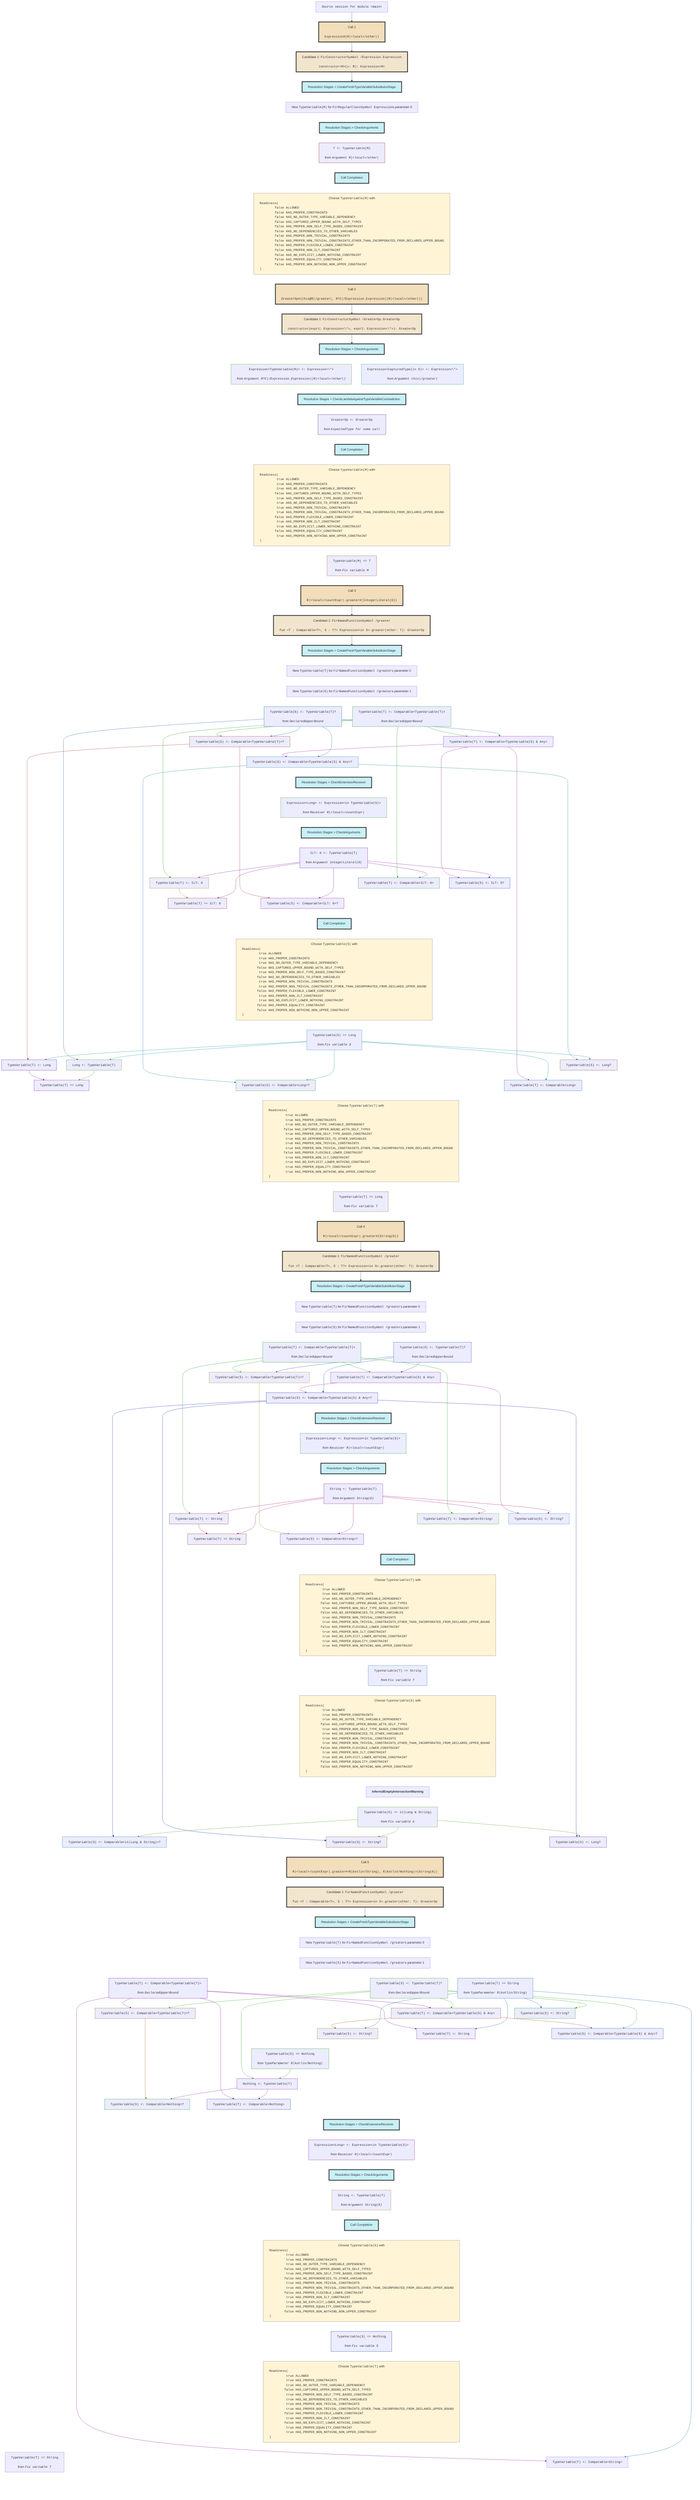
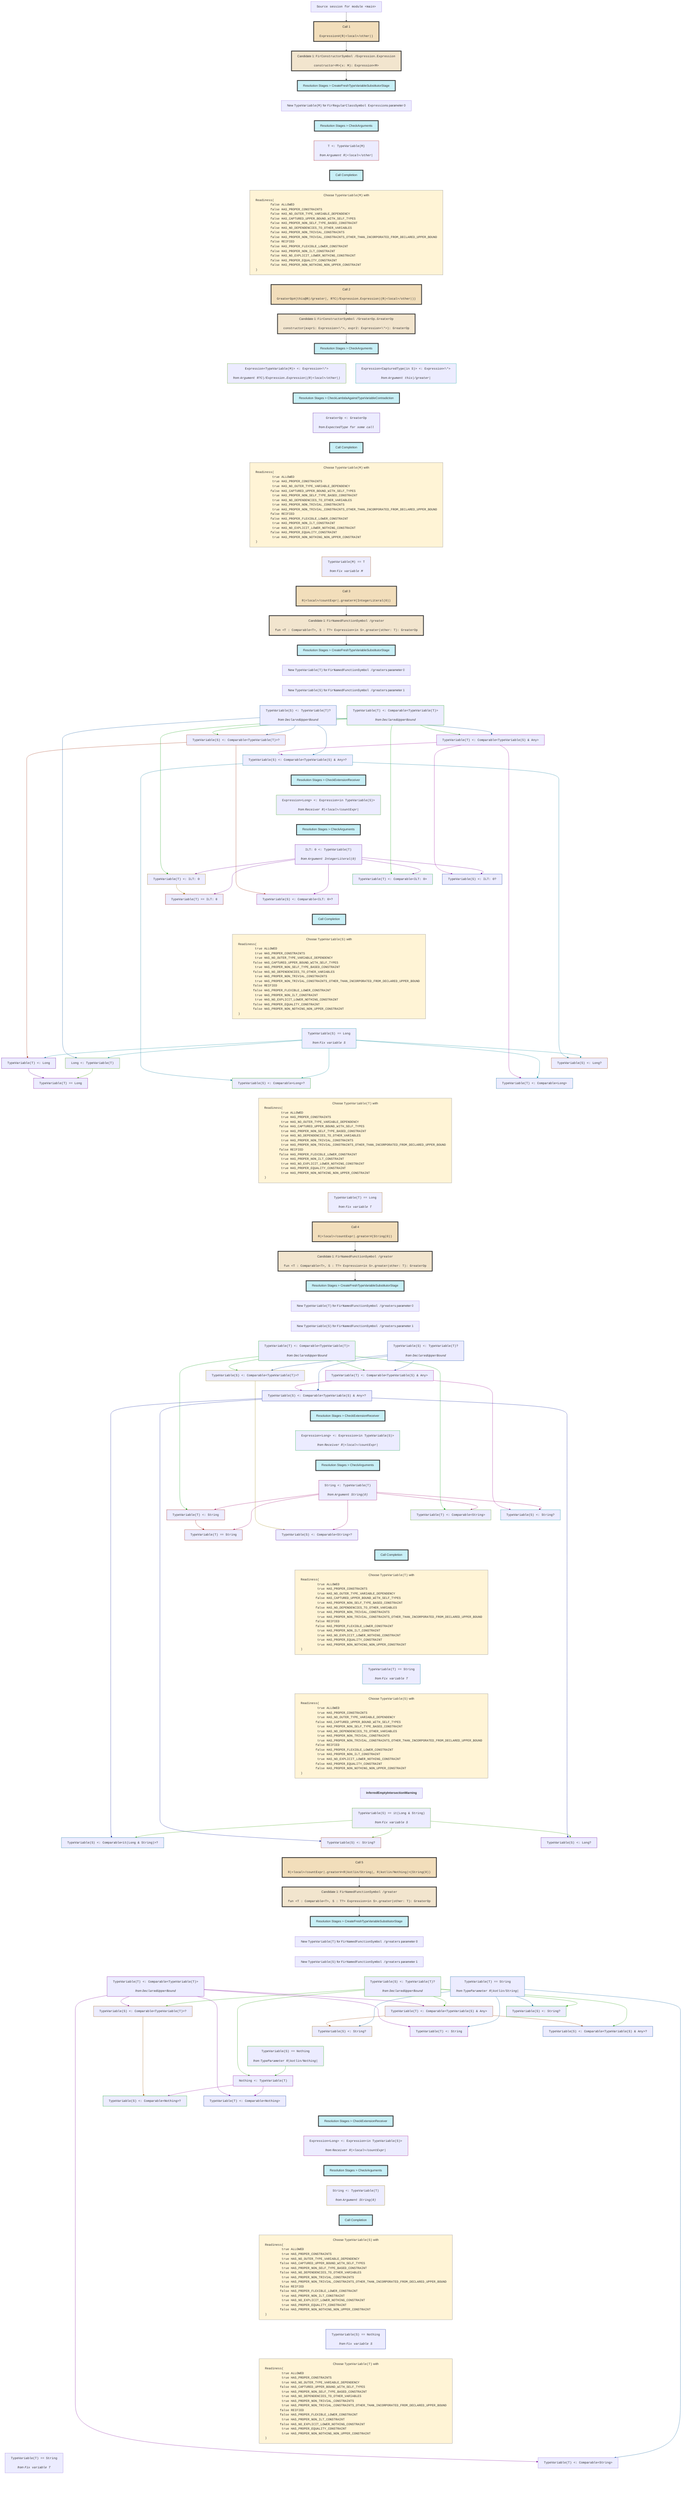
flowchart TD
    classDef nowrapClass text-align:center,white-space:nowrap;
    classDef callStyle fill:#f2debb,stroke:#333,stroke-width:4px;
    classDef candidateStyle fill:#f2e5ce,stroke:#333,stroke-width:4px;
    classDef stageStyle fill:#c8f0f7,stroke:#333,stroke-width:4px;
    classDef readinessStyle fill:#fff4d6,stroke:#777,stroke-width:1px;

    session0["<tt>Source session for module &lt;main></tt>"]
    class session0 nowrapClass;

    session0 --> call1

    call1["Call 1<br><br><pre style="display: inline-block;vertical-align: middle;text-align: left;margin: 0;"><tt>Expression#(R|&lt;local>/other|)</tt></pre>"]
    class call1 nowrapClass;
    class call1 callStyle;

    call1 --> candidate2

    candidate2["Candidate 1: <tt>FirConstructorSymbol /Expression.Expression</tt><br><br><pre style="display: inline-block;vertical-align: middle;text-align: left;margin: 0;"><tt>constructor&lt;M>(x: M): Expression&lt;M></tt></pre>"]
    class candidate2 nowrapClass;
    class candidate2 candidateStyle;

    candidate2 --> stage3

    stage3["Resolution Stages > CreateFreshTypeVariableSubstitutorStage"]
    class stage3 nowrapClass;
    class stage3 stageStyle;

    stage3 ~~~ newVariable4

    newVariable4["New <tt>TypeVariable(M)</tt> for <tt>FirRegularClassSymbol Expression</tt>s parameter 0"]
    class newVariable4 nowrapClass;

    newVariable4 ~~~ stage5

    stage5["Resolution Stages > CheckArguments"]
    class stage5 nowrapClass;
    class stage5 stageStyle;
    constraint6["<tt>T &lt;: TypeVariable(M)</tt><br><br><i><div style="display: inline-block;vertical-align: middle;">from</div> <pre style="display: inline-block;vertical-align: middle;text-align: left;margin: 0;"><tt>Argument R|&lt;local>/other|</tt></pre></i>"]
    class constraint6 nowrapClass;
    stage5 ~~~ constraint6

    constraint6 ~~~ stage7

    stage7["Call Completion"]
    class stage7 nowrapClass;
    class stage7 stageStyle;

    stage7 ~~~ variableReadiness8

    variableReadiness8["Choose <tt>TypeVariable(M)</tt> with <pre style="display: inline-block;vertical-align: middle;text-align: left;margin: 0;"><tt>Readiness(
	false ALLOWED
	false HAS_PROPER_CONSTRAINTS
	false HAS_NO_OUTER_TYPE_VARIABLE_DEPENDENCY
	false HAS_CAPTURED_UPPER_BOUND_WITH_SELF_TYPES
	false HAS_PROPER_NON_SELF_TYPE_BASED_CONSTRAINT
	false HAS_NO_DEPENDENCIES_TO_OTHER_VARIABLES
	false HAS_PROPER_NON_TRIVIAL_CONSTRAINTS
	false HAS_PROPER_NON_TRIVIAL_CONSTRAINTS_OTHER_THAN_INCORPORATED_FROM_DECLARED_UPPER_BOUND
+ 	false REIFIED
	false HAS_PROPER_FLEXIBLE_LOWER_CONSTRAINT
	false HAS_PROPER_NON_ILT_CONSTRAINT
	false HAS_NO_EXPLICIT_LOWER_NOTHING_CONSTRAINT
	false HAS_PROPER_EQUALITY_CONSTRAINT
	false HAS_PROPER_NON_NOTHING_NON_UPPER_CONSTRAINT
)</tt></pre>"]
    class variableReadiness8 nowrapClass;
    class variableReadiness8 readinessStyle;

    variableReadiness8 ~~~ call9

    call9["Call 2<br><br><pre style="display: inline-block;vertical-align: middle;text-align: left;margin: 0;"><tt>GreaterOp#(this@R|/greater|, R?C|/Expression.Expression|(R|&lt;local>/other|))</tt></pre>"]
    class call9 nowrapClass;
    class call9 callStyle;

    call9 --> candidate10

    candidate10["Candidate 1: <tt>FirConstructorSymbol /GreaterOp.GreaterOp</tt><br><br><pre style="display: inline-block;vertical-align: middle;text-align: left;margin: 0;"><tt>constructor(expr1: Expression&lt;\*>, expr2: Expression&lt;\*>): GreaterOp</tt></pre>"]
    class candidate10 nowrapClass;
    class candidate10 candidateStyle;

    candidate10 --> stage11

    stage11["Resolution Stages > CheckArguments"]
    class stage11 nowrapClass;
    class stage11 stageStyle;
    constraint12["<tt>Expression&lt;CapturedType(in S)> &lt;: Expression&lt;\*></tt><br><br><i><div style="display: inline-block;vertical-align: middle;">from</div> <pre style="display: inline-block;vertical-align: middle;text-align: left;margin: 0;"><tt>Argument this|/greater|</tt></pre></i>"]
    class constraint12 nowrapClass;
    stage11 ~~~ constraint12
    constraint13["<tt>Expression&lt;TypeVariable(M)> &lt;: Expression&lt;\*></tt><br><br><i><div style="display: inline-block;vertical-align: middle;">from</div> <pre style="display: inline-block;vertical-align: middle;text-align: left;margin: 0;"><tt>Argument R?C|/Expression.Expression|(R|&lt;local>/other|)</tt></pre></i>"]
    class constraint13 nowrapClass;
    stage11 ~~~ constraint13

    constraint12 ~~~ stage14
    constraint13 ~~~ stage14

    stage14["Resolution Stages > CheckLambdaAgainstTypeVariableContradiction"]
    class stage14 nowrapClass;
    class stage14 stageStyle;
    constraint15["<tt>GreaterOp &lt;: GreaterOp</tt><br><br><i><div style="display: inline-block;vertical-align: middle;">from</div> <pre style="display: inline-block;vertical-align: middle;text-align: left;margin: 0;"><tt>ExpectedType for some call</tt></pre></i>"]
    class constraint15 nowrapClass;
    stage14 ~~~ constraint15

    constraint15 ~~~ stage16

    stage16["Call Completion"]
    class stage16 nowrapClass;
    class stage16 stageStyle;

    stage16 ~~~ variableReadiness17

    variableReadiness17["Choose <tt>TypeVariable(M)</tt> with <pre style="display: inline-block;vertical-align: middle;text-align: left;margin: 0;"><tt>Readiness(
	 true ALLOWED
	 true HAS_PROPER_CONSTRAINTS
	 true HAS_NO_OUTER_TYPE_VARIABLE_DEPENDENCY
	false HAS_CAPTURED_UPPER_BOUND_WITH_SELF_TYPES
	 true HAS_PROPER_NON_SELF_TYPE_BASED_CONSTRAINT
	 true HAS_NO_DEPENDENCIES_TO_OTHER_VARIABLES
	 true HAS_PROPER_NON_TRIVIAL_CONSTRAINTS
	 true HAS_PROPER_NON_TRIVIAL_CONSTRAINTS_OTHER_THAN_INCORPORATED_FROM_DECLARED_UPPER_BOUND
+ 	false REIFIED
	false HAS_PROPER_FLEXIBLE_LOWER_CONSTRAINT
	 true HAS_PROPER_NON_ILT_CONSTRAINT
	 true HAS_NO_EXPLICIT_LOWER_NOTHING_CONSTRAINT
	false HAS_PROPER_EQUALITY_CONSTRAINT
	 true HAS_PROPER_NON_NOTHING_NON_UPPER_CONSTRAINT
)</tt></pre>"]
    class variableReadiness17 nowrapClass;
    class variableReadiness17 readinessStyle;
    constraint18["<tt>TypeVariable(M) == T</tt><br><br><i><div style="display: inline-block;vertical-align: middle;">from</div> <pre style="display: inline-block;vertical-align: middle;text-align: left;margin: 0;"><tt>Fix variable M</tt></pre></i>"]
    class constraint18 nowrapClass;
    variableReadiness17 ~~~ constraint18

    constraint18 ~~~ call19

    call19["Call 3<br><br><pre style="display: inline-block;vertical-align: middle;text-align: left;margin: 0;"><tt>R|&lt;local>/countExpr|.greater#(IntegerLiteral(0))</tt></pre>"]
    class call19 nowrapClass;
    class call19 callStyle;

    call19 --> candidate20

    candidate20["Candidate 1: <tt>FirNamedFunctionSymbol /greater</tt><br><br><pre style="display: inline-block;vertical-align: middle;text-align: left;margin: 0;"><tt>fun &lt;T : Comparable&lt;T>, S : T?> Expression&lt;in S>.greater(other: T): GreaterOp</tt></pre>"]
    class candidate20 nowrapClass;
    class candidate20 candidateStyle;

    candidate20 --> stage21

    stage21["Resolution Stages > CreateFreshTypeVariableSubstitutorStage"]
    class stage21 nowrapClass;
    class stage21 stageStyle;

    stage21 ~~~ newVariable22

    newVariable22["New <tt>TypeVariable(T)</tt> for <tt>FirNamedFunctionSymbol /greater</tt>s parameter 0"]
    class newVariable22 nowrapClass;

    newVariable22 ~~~ newVariable23

    newVariable23["New <tt>TypeVariable(S)</tt> for <tt>FirNamedFunctionSymbol /greater</tt>s parameter 1"]
    class newVariable23 nowrapClass;
    constraint24["<tt>TypeVariable(T) &lt;: Comparable&lt;TypeVariable(T)></tt><br><br><i><div style="display: inline-block;vertical-align: middle;">from</div> <pre style="display: inline-block;vertical-align: middle;text-align: left;margin: 0;"><tt>DeclaredUpperBound</tt></pre></i>"]
    class constraint24 nowrapClass;
    newVariable23 ~~~ constraint24
    constraint25["<tt>TypeVariable(S) &lt;: TypeVariable(T)?</tt><br><br><i><div style="display: inline-block;vertical-align: middle;">from</div> <pre style="display: inline-block;vertical-align: middle;text-align: left;margin: 0;"><tt>DeclaredUpperBound</tt></pre></i>"]
    class constraint25 nowrapClass;
    newVariable23 ~~~ constraint25
    constraint26["<tt>TypeVariable(S) &lt;: Comparable&lt;TypeVariable(T)>?</tt>"]
    class constraint26 nowrapClass;
    constraint25 --> constraint26
    constraint24 --> constraint26
    constraint27["<tt>TypeVariable(T) &lt;: Comparable&lt;TypeVariable(S) &amp; Any></tt>"]
    class constraint27 nowrapClass;
    constraint25 --> constraint27
    constraint24 --> constraint27
    constraint28["<tt>TypeVariable(S) &lt;: Comparable&lt;TypeVariable(S) &amp; Any>?</tt>"]
    class constraint28 nowrapClass;
    constraint25 ---> constraint28
    constraint27 --> constraint28

    constraint26 ~~~~ stage29
    constraint28 ~~~ stage29

    stage29["Resolution Stages > CheckExtensionReceiver"]
    class stage29 nowrapClass;
    class stage29 stageStyle;
    constraint30["<tt>Expression&lt;Long> &lt;: Expression&lt;in TypeVariable(S)></tt><br><br><i><div style="display: inline-block;vertical-align: middle;">from</div> <pre style="display: inline-block;vertical-align: middle;text-align: left;margin: 0;"><tt>Receiver R|&lt;local>/countExpr|</tt></pre></i>"]
    class constraint30 nowrapClass;
    stage29 ~~~ constraint30

    constraint30 ~~~ stage31

    stage31["Resolution Stages > CheckArguments"]
    class stage31 nowrapClass;
    class stage31 stageStyle;
    constraint32["<tt>ILT: 0 &lt;: TypeVariable(T)</tt><br><br><i><div style="display: inline-block;vertical-align: middle;">from</div> <pre style="display: inline-block;vertical-align: middle;text-align: left;margin: 0;"><tt>Argument IntegerLiteral(0)</tt></pre></i>"]
    class constraint32 nowrapClass;
    stage31 ~~~ constraint32
    constraint33["<tt>TypeVariable(T) &lt;: ILT: 0</tt>"]
    class constraint33 nowrapClass;
    constraint32 --> constraint33
    constraint24 --> constraint33
    constraint34["<tt>TypeVariable(S) &lt;: ILT: 0?</tt>"]
    class constraint34 nowrapClass;
    constraint32 --> constraint34
    constraint27 --> constraint34
    constraint35["<tt>TypeVariable(T) &lt;: Comparable&lt;ILT: 0></tt>"]
    class constraint35 nowrapClass;
    constraint32 --> constraint35
    constraint24 --> constraint35
    constraint36["<tt>TypeVariable(S) &lt;: Comparable&lt;ILT: 0>?</tt>"]
    class constraint36 nowrapClass;
    constraint32 ---> constraint36
    constraint26 --> constraint36
    constraint37["<tt>TypeVariable(T) == ILT: 0</tt>"]
    class constraint37 nowrapClass;
    constraint32 ---> constraint37
    constraint33 --> constraint37

    constraint34 ~~~~ stage38
    constraint35 ~~~~ stage38
    constraint36 ~~~ stage38
    constraint37 ~~~ stage38

    stage38["Call Completion"]
    class stage38 nowrapClass;
    class stage38 stageStyle;

    stage38 ~~~ variableReadiness39

    variableReadiness39["Choose <tt>TypeVariable(S)</tt> with <pre style="display: inline-block;vertical-align: middle;text-align: left;margin: 0;"><tt>Readiness(
	 true ALLOWED
	 true HAS_PROPER_CONSTRAINTS
	 true HAS_NO_OUTER_TYPE_VARIABLE_DEPENDENCY
	false HAS_CAPTURED_UPPER_BOUND_WITH_SELF_TYPES
	 true HAS_PROPER_NON_SELF_TYPE_BASED_CONSTRAINT
	false HAS_NO_DEPENDENCIES_TO_OTHER_VARIABLES
	 true HAS_PROPER_NON_TRIVIAL_CONSTRAINTS
	 true HAS_PROPER_NON_TRIVIAL_CONSTRAINTS_OTHER_THAN_INCORPORATED_FROM_DECLARED_UPPER_BOUND
+ 	false REIFIED
	false HAS_PROPER_FLEXIBLE_LOWER_CONSTRAINT
	 true HAS_PROPER_NON_ILT_CONSTRAINT
	 true HAS_NO_EXPLICIT_LOWER_NOTHING_CONSTRAINT
	false HAS_PROPER_EQUALITY_CONSTRAINT
	false HAS_PROPER_NON_NOTHING_NON_UPPER_CONSTRAINT
)</tt></pre>"]
    class variableReadiness39 nowrapClass;
    class variableReadiness39 readinessStyle;
    constraint41["<tt>TypeVariable(S) == Long</tt><br><br><i><div style="display: inline-block;vertical-align: middle;">from</div> <pre style="display: inline-block;vertical-align: middle;text-align: left;margin: 0;"><tt>Fix variable S</tt></pre></i>"]
    class constraint41 nowrapClass;
    variableReadiness39 ~~~ constraint41
    constraint42["<tt>Long &lt;: TypeVariable(T)</tt>"]
    class constraint42 nowrapClass;
    constraint41 --> constraint42
    constraint25 --> constraint42
    constraint43["<tt>TypeVariable(T) &lt;: Long</tt>"]
    class constraint43 nowrapClass;
    constraint41 --> constraint43
    constraint26 --> constraint43
    constraint44["<tt>TypeVariable(S) &lt;: Long?</tt>"]
    class constraint44 nowrapClass;
    constraint41 --> constraint44
    constraint28 --> constraint44
    constraint45["<tt>TypeVariable(T) &lt;: Comparable&lt;Long></tt>"]
    class constraint45 nowrapClass;
    constraint41 ---> constraint45
    constraint27 --> constraint45
    constraint46["<tt>TypeVariable(S) &lt;: Comparable&lt;Long>?</tt>"]
    class constraint46 nowrapClass;
    constraint41 ---> constraint46
    constraint28 --> constraint46
    constraint47["<tt>TypeVariable(T) == Long</tt>"]
    class constraint47 nowrapClass;
    constraint42 --> constraint47
    constraint43 --> constraint47

    constraint44 ~~~~ variableReadiness40
    constraint45 ~~~ variableReadiness40
    constraint46 ~~~ variableReadiness40
    constraint47 ~~~ variableReadiness40

    variableReadiness40["Choose <tt>TypeVariable(T)</tt> with <pre style="display: inline-block;vertical-align: middle;text-align: left;margin: 0;"><tt>Readiness(
	 true ALLOWED
	 true HAS_PROPER_CONSTRAINTS
	 true HAS_NO_OUTER_TYPE_VARIABLE_DEPENDENCY
	false HAS_CAPTURED_UPPER_BOUND_WITH_SELF_TYPES
	 true HAS_PROPER_NON_SELF_TYPE_BASED_CONSTRAINT
	 true HAS_NO_DEPENDENCIES_TO_OTHER_VARIABLES
	 true HAS_PROPER_NON_TRIVIAL_CONSTRAINTS
	 true HAS_PROPER_NON_TRIVIAL_CONSTRAINTS_OTHER_THAN_INCORPORATED_FROM_DECLARED_UPPER_BOUND
+ 	false REIFIED
	false HAS_PROPER_FLEXIBLE_LOWER_CONSTRAINT
	 true HAS_PROPER_NON_ILT_CONSTRAINT
	 true HAS_NO_EXPLICIT_LOWER_NOTHING_CONSTRAINT
	 true HAS_PROPER_EQUALITY_CONSTRAINT
	 true HAS_PROPER_NON_NOTHING_NON_UPPER_CONSTRAINT
)</tt></pre>"]
    class variableReadiness40 nowrapClass;
    class variableReadiness40 readinessStyle;
    constraint48["<tt>TypeVariable(T) == Long</tt><br><br><i><div style="display: inline-block;vertical-align: middle;">from</div> <pre style="display: inline-block;vertical-align: middle;text-align: left;margin: 0;"><tt>Fix variable T</tt></pre></i>"]
    class constraint48 nowrapClass;
    variableReadiness40 ~~~ constraint48

    constraint48 ~~~ call49

    call49["Call 4<br><br><pre style="display: inline-block;vertical-align: middle;text-align: left;margin: 0;"><tt>R|&lt;local>/countExpr|.greater#(String(0))</tt></pre>"]
    class call49 nowrapClass;
    class call49 callStyle;

    call49 --> candidate50

    candidate50["Candidate 1: <tt>FirNamedFunctionSymbol /greater</tt><br><br><pre style="display: inline-block;vertical-align: middle;text-align: left;margin: 0;"><tt>fun &lt;T : Comparable&lt;T>, S : T?> Expression&lt;in S>.greater(other: T): GreaterOp</tt></pre>"]
    class candidate50 nowrapClass;
    class candidate50 candidateStyle;

    candidate50 --> stage51

    stage51["Resolution Stages > CreateFreshTypeVariableSubstitutorStage"]
    class stage51 nowrapClass;
    class stage51 stageStyle;

    stage51 ~~~ newVariable52

    newVariable52["New <tt>TypeVariable(T)</tt> for <tt>FirNamedFunctionSymbol /greater</tt>s parameter 0"]
    class newVariable52 nowrapClass;

    newVariable52 ~~~ newVariable53

    newVariable53["New <tt>TypeVariable(S)</tt> for <tt>FirNamedFunctionSymbol /greater</tt>s parameter 1"]
    class newVariable53 nowrapClass;
    constraint54["<tt>TypeVariable(T) &lt;: Comparable&lt;TypeVariable(T)></tt><br><br><i><div style="display: inline-block;vertical-align: middle;">from</div> <pre style="display: inline-block;vertical-align: middle;text-align: left;margin: 0;"><tt>DeclaredUpperBound</tt></pre></i>"]
    class constraint54 nowrapClass;
    newVariable53 ~~~ constraint54
    constraint55["<tt>TypeVariable(S) &lt;: TypeVariable(T)?</tt><br><br><i><div style="display: inline-block;vertical-align: middle;">from</div> <pre style="display: inline-block;vertical-align: middle;text-align: left;margin: 0;"><tt>DeclaredUpperBound</tt></pre></i>"]
    class constraint55 nowrapClass;
    newVariable53 ~~~ constraint55
    constraint56["<tt>TypeVariable(S) &lt;: Comparable&lt;TypeVariable(T)>?</tt>"]
    class constraint56 nowrapClass;
    constraint55 --> constraint56
    constraint54 --> constraint56
    constraint57["<tt>TypeVariable(T) &lt;: Comparable&lt;TypeVariable(S) &amp; Any></tt>"]
    class constraint57 nowrapClass;
    constraint55 --> constraint57
    constraint54 --> constraint57
    constraint58["<tt>TypeVariable(S) &lt;: Comparable&lt;TypeVariable(S) &amp; Any>?</tt>"]
    class constraint58 nowrapClass;
    constraint55 ---> constraint58
    constraint57 --> constraint58

    constraint56 ~~~~ stage59
    constraint58 ~~~ stage59

    stage59["Resolution Stages > CheckExtensionReceiver"]
    class stage59 nowrapClass;
    class stage59 stageStyle;
    constraint60["<tt>Expression&lt;Long> &lt;: Expression&lt;in TypeVariable(S)></tt><br><br><i><div style="display: inline-block;vertical-align: middle;">from</div> <pre style="display: inline-block;vertical-align: middle;text-align: left;margin: 0;"><tt>Receiver R|&lt;local>/countExpr|</tt></pre></i>"]
    class constraint60 nowrapClass;
    stage59 ~~~ constraint60

    constraint60 ~~~ stage61

    stage61["Resolution Stages > CheckArguments"]
    class stage61 nowrapClass;
    class stage61 stageStyle;
    constraint62["<tt>String &lt;: TypeVariable(T)</tt><br><br><i><div style="display: inline-block;vertical-align: middle;">from</div> <pre style="display: inline-block;vertical-align: middle;text-align: left;margin: 0;"><tt>Argument String(0)</tt></pre></i>"]
    class constraint62 nowrapClass;
    stage61 ~~~ constraint62
    constraint63["<tt>TypeVariable(T) &lt;: String</tt>"]
    class constraint63 nowrapClass;
    constraint62 --> constraint63
    constraint54 --> constraint63
    constraint64["<tt>TypeVariable(S) &lt;: String?</tt>"]
    class constraint64 nowrapClass;
    constraint62 --> constraint64
    constraint57 --> constraint64
    constraint65["<tt>TypeVariable(T) &lt;: Comparable&lt;String></tt>"]
    class constraint65 nowrapClass;
    constraint62 --> constraint65
    constraint54 --> constraint65
    constraint66["<tt>TypeVariable(S) &lt;: Comparable&lt;String>?</tt>"]
    class constraint66 nowrapClass;
    constraint62 ---> constraint66
    constraint56 --> constraint66
    constraint67["<tt>TypeVariable(T) == String</tt>"]
    class constraint67 nowrapClass;
    constraint62 ---> constraint67
    constraint63 --> constraint67

    constraint64 ~~~~ stage68
    constraint65 ~~~~ stage68
    constraint66 ~~~ stage68
    constraint67 ~~~ stage68

    stage68["Call Completion"]
    class stage68 nowrapClass;
    class stage68 stageStyle;

    stage68 ~~~ variableReadiness69

    variableReadiness69["Choose <tt>TypeVariable(T)</tt> with <pre style="display: inline-block;vertical-align: middle;text-align: left;margin: 0;"><tt>Readiness(
	 true ALLOWED
	 true HAS_PROPER_CONSTRAINTS
	 true HAS_NO_OUTER_TYPE_VARIABLE_DEPENDENCY
	false HAS_CAPTURED_UPPER_BOUND_WITH_SELF_TYPES
	 true HAS_PROPER_NON_SELF_TYPE_BASED_CONSTRAINT
	false HAS_NO_DEPENDENCIES_TO_OTHER_VARIABLES
	 true HAS_PROPER_NON_TRIVIAL_CONSTRAINTS
	 true HAS_PROPER_NON_TRIVIAL_CONSTRAINTS_OTHER_THAN_INCORPORATED_FROM_DECLARED_UPPER_BOUND
+ 	false REIFIED
	false HAS_PROPER_FLEXIBLE_LOWER_CONSTRAINT
	 true HAS_PROPER_NON_ILT_CONSTRAINT
	 true HAS_NO_EXPLICIT_LOWER_NOTHING_CONSTRAINT
	 true HAS_PROPER_EQUALITY_CONSTRAINT
	 true HAS_PROPER_NON_NOTHING_NON_UPPER_CONSTRAINT
)</tt></pre>"]
    class variableReadiness69 nowrapClass;
    class variableReadiness69 readinessStyle;
    constraint72["<tt>TypeVariable(T) == String</tt><br><br><i><div style="display: inline-block;vertical-align: middle;">from</div> <pre style="display: inline-block;vertical-align: middle;text-align: left;margin: 0;"><tt>Fix variable T</tt></pre></i>"]
    class constraint72 nowrapClass;
    variableReadiness69 ~~~ constraint72

    constraint72 ~~~ variableReadiness70

    variableReadiness70["Choose <tt>TypeVariable(S)</tt> with <pre style="display: inline-block;vertical-align: middle;text-align: left;margin: 0;"><tt>Readiness(
	 true ALLOWED
	 true HAS_PROPER_CONSTRAINTS
	 true HAS_NO_OUTER_TYPE_VARIABLE_DEPENDENCY
	false HAS_CAPTURED_UPPER_BOUND_WITH_SELF_TYPES
	 true HAS_PROPER_NON_SELF_TYPE_BASED_CONSTRAINT
	 true HAS_NO_DEPENDENCIES_TO_OTHER_VARIABLES
	 true HAS_PROPER_NON_TRIVIAL_CONSTRAINTS
	 true HAS_PROPER_NON_TRIVIAL_CONSTRAINTS_OTHER_THAN_INCORPORATED_FROM_DECLARED_UPPER_BOUND
+ 	false REIFIED
	false HAS_PROPER_FLEXIBLE_LOWER_CONSTRAINT
	 true HAS_PROPER_NON_ILT_CONSTRAINT
	 true HAS_NO_EXPLICIT_LOWER_NOTHING_CONSTRAINT
	false HAS_PROPER_EQUALITY_CONSTRAINT
	false HAS_PROPER_NON_NOTHING_NON_UPPER_CONSTRAINT
)</tt></pre>"]
    class variableReadiness70 nowrapClass;
    class variableReadiness70 readinessStyle;

    variableReadiness70 ~~~ error71

    error71["<b>InferredEmptyIntersectionWarning<b>"]
    class error71 nowrapClass;
    constraint73["<tt>TypeVariable(S) == it(Long &amp; String)</tt><br><br><i><div style="display: inline-block;vertical-align: middle;">from</div> <pre style="display: inline-block;vertical-align: middle;text-align: left;margin: 0;"><tt>Fix variable S</tt></pre></i>"]
    class constraint73 nowrapClass;
    error71 ~~~ constraint73
    constraint74["<tt>TypeVariable(S) &lt;: Long?</tt>"]
    class constraint74 nowrapClass;
    constraint73 --> constraint74
    constraint58 --> constraint74
    constraint75["<tt>TypeVariable(S) &lt;: String?</tt>"]
    class constraint75 nowrapClass;
    constraint73 --> constraint75
    constraint58 --> constraint75
    constraint76["<tt>TypeVariable(S) &lt;: Comparable&lt;it(Long &amp; String)>?</tt>"]
    class constraint76 nowrapClass;
    constraint73 --> constraint76
    constraint58 --> constraint76

    constraint74 ~~~ call77
    constraint75 ~~~ call77
    constraint76 ~~~ call77

    call77["Call 5<br><br><pre style="display: inline-block;vertical-align: middle;text-align: left;margin: 0;"><tt>R|&lt;local>/countExpr|.greater#&lt;R|kotlin/String|, R|kotlin/Nothing|>(String(0))</tt></pre>"]
    class call77 nowrapClass;
    class call77 callStyle;

    call77 --> candidate78

    candidate78["Candidate 1: <tt>FirNamedFunctionSymbol /greater</tt><br><br><pre style="display: inline-block;vertical-align: middle;text-align: left;margin: 0;"><tt>fun &lt;T : Comparable&lt;T>, S : T?> Expression&lt;in S>.greater(other: T): GreaterOp</tt></pre>"]
    class candidate78 nowrapClass;
    class candidate78 candidateStyle;

    candidate78 --> stage79

    stage79["Resolution Stages > CreateFreshTypeVariableSubstitutorStage"]
    class stage79 nowrapClass;
    class stage79 stageStyle;

    stage79 ~~~ newVariable80

    newVariable80["New <tt>TypeVariable(T)</tt> for <tt>FirNamedFunctionSymbol /greater</tt>s parameter 0"]
    class newVariable80 nowrapClass;

    newVariable80 ~~~ newVariable81

    newVariable81["New <tt>TypeVariable(S)</tt> for <tt>FirNamedFunctionSymbol /greater</tt>s parameter 1"]
    class newVariable81 nowrapClass;
    constraint82["<tt>TypeVariable(T) &lt;: Comparable&lt;TypeVariable(T)></tt><br><br><i><div style="display: inline-block;vertical-align: middle;">from</div> <pre style="display: inline-block;vertical-align: middle;text-align: left;margin: 0;"><tt>DeclaredUpperBound</tt></pre></i>"]
    class constraint82 nowrapClass;
    newVariable81 ~~~ constraint82
    constraint83["<tt>TypeVariable(S) &lt;: TypeVariable(T)?</tt><br><br><i><div style="display: inline-block;vertical-align: middle;">from</div> <pre style="display: inline-block;vertical-align: middle;text-align: left;margin: 0;"><tt>DeclaredUpperBound</tt></pre></i>"]
    class constraint83 nowrapClass;
    newVariable81 ~~~ constraint83
    constraint84["<tt>TypeVariable(S) &lt;: Comparable&lt;TypeVariable(T)>?</tt>"]
    class constraint84 nowrapClass;
    constraint83 --> constraint84
    constraint82 --> constraint84
    constraint85["<tt>TypeVariable(T) &lt;: Comparable&lt;TypeVariable(S) &amp; Any></tt>"]
    class constraint85 nowrapClass;
    constraint83 --> constraint85
    constraint82 --> constraint85
    constraint86["<tt>TypeVariable(S) &lt;: Comparable&lt;TypeVariable(S) &amp; Any>?</tt>"]
    class constraint86 nowrapClass;
    constraint83 ---> constraint86
    constraint85 --> constraint86
    constraint87["<tt>TypeVariable(T) == String</tt><br><br><i><div style="display: inline-block;vertical-align: middle;">from</div> <pre style="display: inline-block;vertical-align: middle;text-align: left;margin: 0;"><tt>TypeParameter R|kotlin/String|</tt></pre></i>"]
    class constraint87 nowrapClass;
    newVariable81 ~~~ constraint87
    constraint88["<tt>TypeVariable(S) &lt;: String?</tt>"]
    class constraint88 nowrapClass;
    constraint83 --> constraint88
    constraint87 --> constraint88
    constraint89["<tt>TypeVariable(T) &lt;: String</tt>"]
    class constraint89 nowrapClass;
    constraint87 ---> constraint89
    constraint82 ---> constraint89
    constraint90["<tt>TypeVariable(S) &lt;: String?</tt>"]
    class constraint90 nowrapClass;
    constraint87 ---> constraint90
    constraint85 --> constraint90
    constraint91["<tt>TypeVariable(S) == Nothing</tt><br><br><i><div style="display: inline-block;vertical-align: middle;">from</div> <pre style="display: inline-block;vertical-align: middle;text-align: left;margin: 0;"><tt>TypeParameter R|kotlin/Nothing|</tt></pre></i>"]
    class constraint91 nowrapClass;
    newVariable81 ~~~~~~ constraint91
    constraint92["<tt>Nothing &lt;: TypeVariable(T)</tt>"]
    class constraint92 nowrapClass;
    constraint91 --> constraint92
    constraint83 -----> constraint92
    constraint93["<tt>TypeVariable(T) &lt;: Comparable&lt;Nothing></tt>"]
    class constraint93 nowrapClass;
    constraint92 --> constraint93
    constraint82 ------> constraint93
    constraint94["<tt>TypeVariable(S) &lt;: Comparable&lt;Nothing>?</tt>"]
    class constraint94 nowrapClass;
    constraint92 --> constraint94
    constraint84 -----> constraint94

    constraint86 ~~~~~~ stage95
    constraint88 ~~~~~~~ stage95
    constraint89 ~~~~~~ stage95
    constraint90 ~~~~~~ stage95
    constraint93 ~~~ stage95
    constraint94 ~~~ stage95

    stage95["Resolution Stages > CheckExtensionReceiver"]
    class stage95 nowrapClass;
    class stage95 stageStyle;
    constraint96["<tt>Expression&lt;Long> &lt;: Expression&lt;in TypeVariable(S)></tt><br><br><i><div style="display: inline-block;vertical-align: middle;">from</div> <pre style="display: inline-block;vertical-align: middle;text-align: left;margin: 0;"><tt>Receiver R|&lt;local>/countExpr|</tt></pre></i>"]
    class constraint96 nowrapClass;
    stage95 ~~~ constraint96

    constraint96 ~~~ stage97

    stage97["Resolution Stages > CheckArguments"]
    class stage97 nowrapClass;
    class stage97 stageStyle;
    constraint98["<tt>String &lt;: TypeVariable(T)</tt><br><br><i><div style="display: inline-block;vertical-align: middle;">from</div> <pre style="display: inline-block;vertical-align: middle;text-align: left;margin: 0;"><tt>Argument String(0)</tt></pre></i>"]
    class constraint98 nowrapClass;
    stage97 ~~~ constraint98

    constraint98 ~~~ stage99

    stage99["Call Completion"]
    class stage99 nowrapClass;
    class stage99 stageStyle;

    stage99 ~~~ variableReadiness100

    variableReadiness100["Choose <tt>TypeVariable(S)</tt> with <pre style="display: inline-block;vertical-align: middle;text-align: left;margin: 0;"><tt>Readiness(
	 true ALLOWED
	 true HAS_PROPER_CONSTRAINTS
	 true HAS_NO_OUTER_TYPE_VARIABLE_DEPENDENCY
	false HAS_CAPTURED_UPPER_BOUND_WITH_SELF_TYPES
	 true HAS_PROPER_NON_SELF_TYPE_BASED_CONSTRAINT
	false HAS_NO_DEPENDENCIES_TO_OTHER_VARIABLES
	 true HAS_PROPER_NON_TRIVIAL_CONSTRAINTS
	 true HAS_PROPER_NON_TRIVIAL_CONSTRAINTS_OTHER_THAN_INCORPORATED_FROM_DECLARED_UPPER_BOUND
+ 	false REIFIED
	false HAS_PROPER_FLEXIBLE_LOWER_CONSTRAINT
	 true HAS_PROPER_NON_ILT_CONSTRAINT
	 true HAS_NO_EXPLICIT_LOWER_NOTHING_CONSTRAINT
	 true HAS_PROPER_EQUALITY_CONSTRAINT
	false HAS_PROPER_NON_NOTHING_NON_UPPER_CONSTRAINT
)</tt></pre>"]
    class variableReadiness100 nowrapClass;
    class variableReadiness100 readinessStyle;
    constraint102["<tt>TypeVariable(S) == Nothing</tt><br><br><i><div style="display: inline-block;vertical-align: middle;">from</div> <pre style="display: inline-block;vertical-align: middle;text-align: left;margin: 0;"><tt>Fix variable S</tt></pre></i>"]
    class constraint102 nowrapClass;
    variableReadiness100 ~~~ constraint102

    constraint102 ~~~ variableReadiness101

    variableReadiness101["Choose <tt>TypeVariable(T)</tt> with <pre style="display: inline-block;vertical-align: middle;text-align: left;margin: 0;"><tt>Readiness(
	 true ALLOWED
	 true HAS_PROPER_CONSTRAINTS
	 true HAS_NO_OUTER_TYPE_VARIABLE_DEPENDENCY
	false HAS_CAPTURED_UPPER_BOUND_WITH_SELF_TYPES
	 true HAS_PROPER_NON_SELF_TYPE_BASED_CONSTRAINT
	 true HAS_NO_DEPENDENCIES_TO_OTHER_VARIABLES
	 true HAS_PROPER_NON_TRIVIAL_CONSTRAINTS
	 true HAS_PROPER_NON_TRIVIAL_CONSTRAINTS_OTHER_THAN_INCORPORATED_FROM_DECLARED_UPPER_BOUND
+ 	false REIFIED
	false HAS_PROPER_FLEXIBLE_LOWER_CONSTRAINT
	 true HAS_PROPER_NON_ILT_CONSTRAINT
	false HAS_NO_EXPLICIT_LOWER_NOTHING_CONSTRAINT
	 true HAS_PROPER_EQUALITY_CONSTRAINT
	 true HAS_PROPER_NON_NOTHING_NON_UPPER_CONSTRAINT
)</tt></pre>"]
    class variableReadiness101 nowrapClass;
    class variableReadiness101 readinessStyle;
    constraint103["<tt>TypeVariable(T) == String</tt><br><br><i><div style="display: inline-block;vertical-align: middle;">from</div> <pre style="display: inline-block;vertical-align: middle;text-align: left;margin: 0;"><tt>Fix variable T</tt></pre></i>"]
    class constraint103 nowrapClass;
    variableReadiness101 ~~~ constraint103
    constraint104["<tt>TypeVariable(T) &lt;: Comparable&lt;String></tt>"]
    class constraint104 nowrapClass;
    variableReadiness101 ~~~ constraint104
    constraint87 --> constraint104
    constraint82 --> constraint104

    linkStyle 6 stroke:#990000
    linkStyle 13 stroke:#009999
    linkStyle 14 stroke:#4c9900
    linkStyle 16 stroke:#4c0099
    linkStyle 19 stroke:#994900
    linkStyle 26 stroke:#004f99
    linkStyle 27 stroke:#039900
    linkStyle 28 stroke:#004f99
    linkStyle 29 stroke:#039900
    linkStyle 30 stroke:#004f99
    linkStyle 31 stroke:#950099
    linkStyle 32 stroke:#992400
    linkStyle 33 stroke:#007499
    linkStyle 35 stroke:#279900
    linkStyle 37 stroke:#710099
    linkStyle 38 stroke:#039900
    linkStyle 39 stroke:#710099
    linkStyle 40 stroke:#950099
    linkStyle 41 stroke:#710099
    linkStyle 42 stroke:#039900
    linkStyle 43 stroke:#710099
    linkStyle 44 stroke:#992400
    linkStyle 45 stroke:#710099
    linkStyle 46 stroke:#996d00
    linkStyle 47 stroke:#002b99
    linkStyle 48 stroke:#009921
    linkStyle 49 stroke:#990077
    linkStyle 50 stroke:#991200
    linkStyle 53 stroke:#008699
    linkStyle 54 stroke:#004f99
    linkStyle 55 stroke:#008699
    linkStyle 56 stroke:#992400
    linkStyle 57 stroke:#008699
    linkStyle 58 stroke:#007499
    linkStyle 59 stroke:#008699
    linkStyle 60 stroke:#950099
    linkStyle 61 stroke:#008699
    linkStyle 62 stroke:#007499
    linkStyle 63 stroke:#3a9900
    linkStyle 64 stroke:#5e0099
    linkStyle 65 stroke:#993600
    linkStyle 66 stroke:#006299
    linkStyle 67 stroke:#159900
    linkStyle 68 stroke:#830099
    linkStyle 70 stroke:#995b00
    linkStyle 77 stroke:#003d99
    linkStyle 78 stroke:#00990e
    linkStyle 79 stroke:#003d99
    linkStyle 80 stroke:#00990e
    linkStyle 81 stroke:#003d99
    linkStyle 82 stroke:#99008a
    linkStyle 83 stroke:#997f00
    linkStyle 84 stroke:#001999
    linkStyle 86 stroke:#009933
    linkStyle 88 stroke:#990065
    linkStyle 89 stroke:#00990e
    linkStyle 90 stroke:#990065
    linkStyle 91 stroke:#99008a
    linkStyle 92 stroke:#990065
    linkStyle 93 stroke:#00990e
    linkStyle 94 stroke:#990065
    linkStyle 95 stroke:#997f00
    linkStyle 96 stroke:#990065
    linkStyle 97 stroke:#990900
    linkStyle 98 stroke:#008f99
    linkStyle 99 stroke:#439900
    linkStyle 100 stroke:#550099
    linkStyle 101 stroke:#991b00
    linkStyle 104 stroke:#007d99
    linkStyle 107 stroke:#319900
    linkStyle 108 stroke:#001999
    linkStyle 109 stroke:#319900
    linkStyle 110 stroke:#001999
    linkStyle 111 stroke:#319900
    linkStyle 112 stroke:#001999
    linkStyle 113 stroke:#670099
    linkStyle 114 stroke:#992d00
    linkStyle 115 stroke:#006b99
    linkStyle 122 stroke:#1e9900
    linkStyle 123 stroke:#7a0099
    linkStyle 124 stroke:#1e9900
    linkStyle 125 stroke:#7a0099
    linkStyle 126 stroke:#1e9900
    linkStyle 127 stroke:#993f00
    linkStyle 129 stroke:#1e9900
    linkStyle 130 stroke:#005999
    linkStyle 131 stroke:#005999
    linkStyle 132 stroke:#7a0099
    linkStyle 133 stroke:#005999
    linkStyle 134 stroke:#993f00
    linkStyle 136 stroke:#0c9900
    linkStyle 137 stroke:#1e9900
    linkStyle 138 stroke:#8c0099
    linkStyle 139 stroke:#7a0099
    linkStyle 140 stroke:#8c0099
    linkStyle 141 stroke:#995200
    linkStyle 142 stroke:#004699
    linkStyle 143 stroke:#009905
    linkStyle 144 stroke:#990093
    linkStyle 145 stroke:#996400
    linkStyle 146 stroke:#003499
    linkStyle 147 stroke:#009917
    linkStyle 149 stroke:#990081
    linkStyle 151 stroke:#997600
    linkStyle 154 stroke:#002299
    linkStyle 157 stroke:#005999
    linkStyle 158 stroke:#7a0099
    style constraint6 stroke:#990000;
    style constraint12 stroke:#009999;
    style constraint13 stroke:#4c9900;
    style constraint15 stroke:#4c0099;
    style constraint18 stroke:#994900;
    style constraint25 stroke:#004f99;
    style constraint24 stroke:#039900;
    style constraint27 stroke:#950099;
    style constraint26 stroke:#992400;
    style constraint28 stroke:#007499;
    style constraint30 stroke:#279900;
    style constraint32 stroke:#710099;
    style constraint33 stroke:#996d00;
    style constraint34 stroke:#002b99;
    style constraint35 stroke:#009921;
    style constraint36 stroke:#990077;
    style constraint37 stroke:#991200;
    style constraint41 stroke:#008699;
    style constraint42 stroke:#3a9900;
    style constraint43 stroke:#5e0099;
    style constraint44 stroke:#993600;
    style constraint45 stroke:#006299;
    style constraint46 stroke:#159900;
    style constraint47 stroke:#830099;
    style constraint48 stroke:#995b00;
    style constraint55 stroke:#003d99;
    style constraint54 stroke:#00990e;
    style constraint57 stroke:#99008a;
    style constraint56 stroke:#997f00;
    style constraint58 stroke:#001999;
    style constraint60 stroke:#009933;
    style constraint62 stroke:#990065;
    style constraint63 stroke:#990900;
    style constraint64 stroke:#008f99;
    style constraint65 stroke:#439900;
    style constraint66 stroke:#550099;
    style constraint67 stroke:#991b00;
    style constraint72 stroke:#007d99;
    style constraint73 stroke:#319900;
    style constraint74 stroke:#670099;
    style constraint75 stroke:#992d00;
    style constraint76 stroke:#006b99;
    style constraint83 stroke:#1e9900;
    style constraint82 stroke:#7a0099;
    style constraint85 stroke:#993f00;
    style constraint87 stroke:#005999;
    style constraint91 stroke:#0c9900;
    style constraint92 stroke:#8c0099;
    style constraint84 stroke:#995200;
    style constraint86 stroke:#004699;
    style constraint88 stroke:#009905;
    style constraint89 stroke:#990093;
    style constraint90 stroke:#996400;
    style constraint93 stroke:#003499;
    style constraint94 stroke:#009917;
    style constraint96 stroke:#990081;
    style constraint98 stroke:#997600;
    style constraint102 stroke:#002299;
